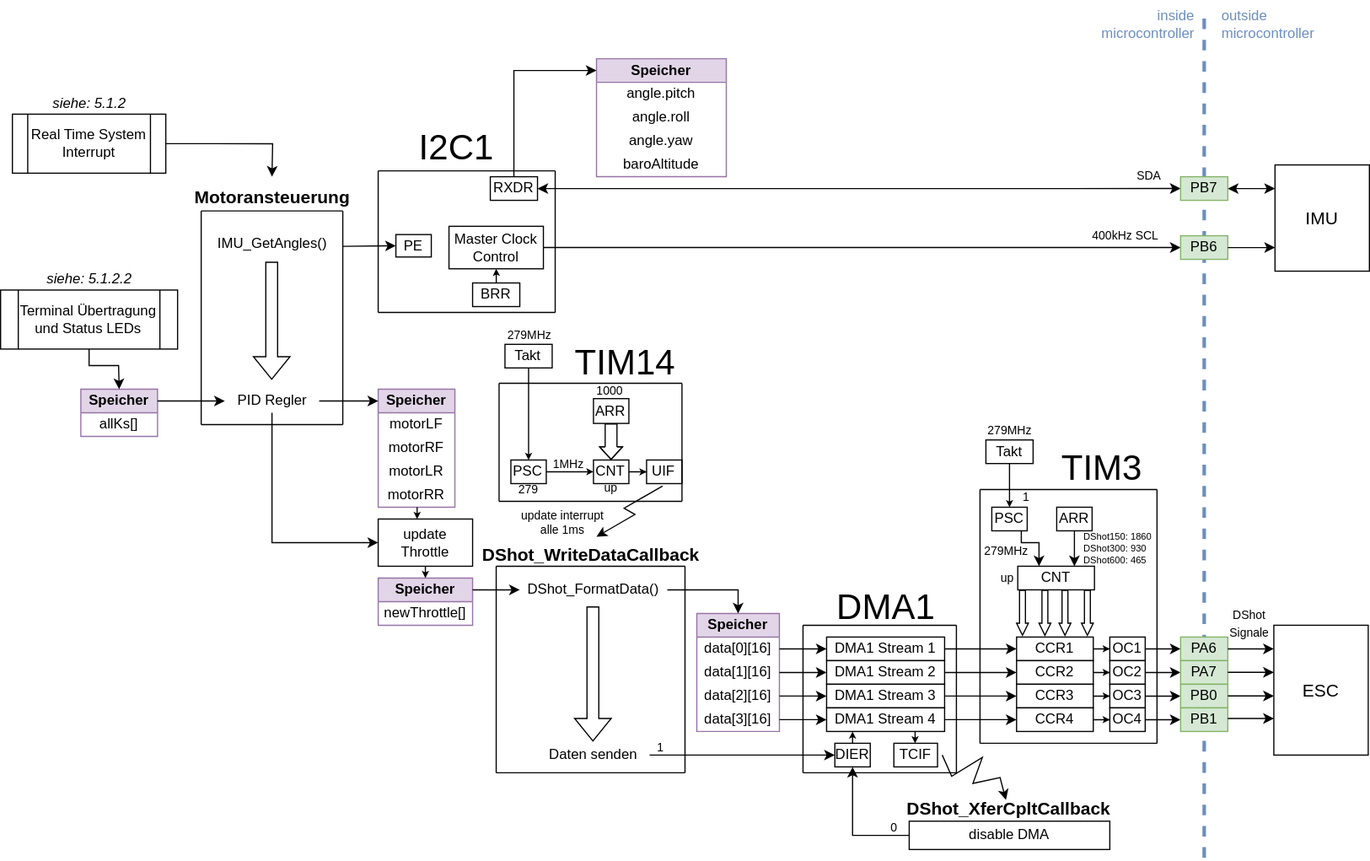
This is Dokumentation/Bilder/Softwarearchitektur/Softwarearchitektur-Motoransteuerung.drawio.svg from FrogMoment/FPV_Drohne_202324, a draw.io export, as it was before one commit. Source tidied: cells renumbered, new cells last; positions are measured from the earlier drawing's top-left corner, leaving out a move shared by most shapes.
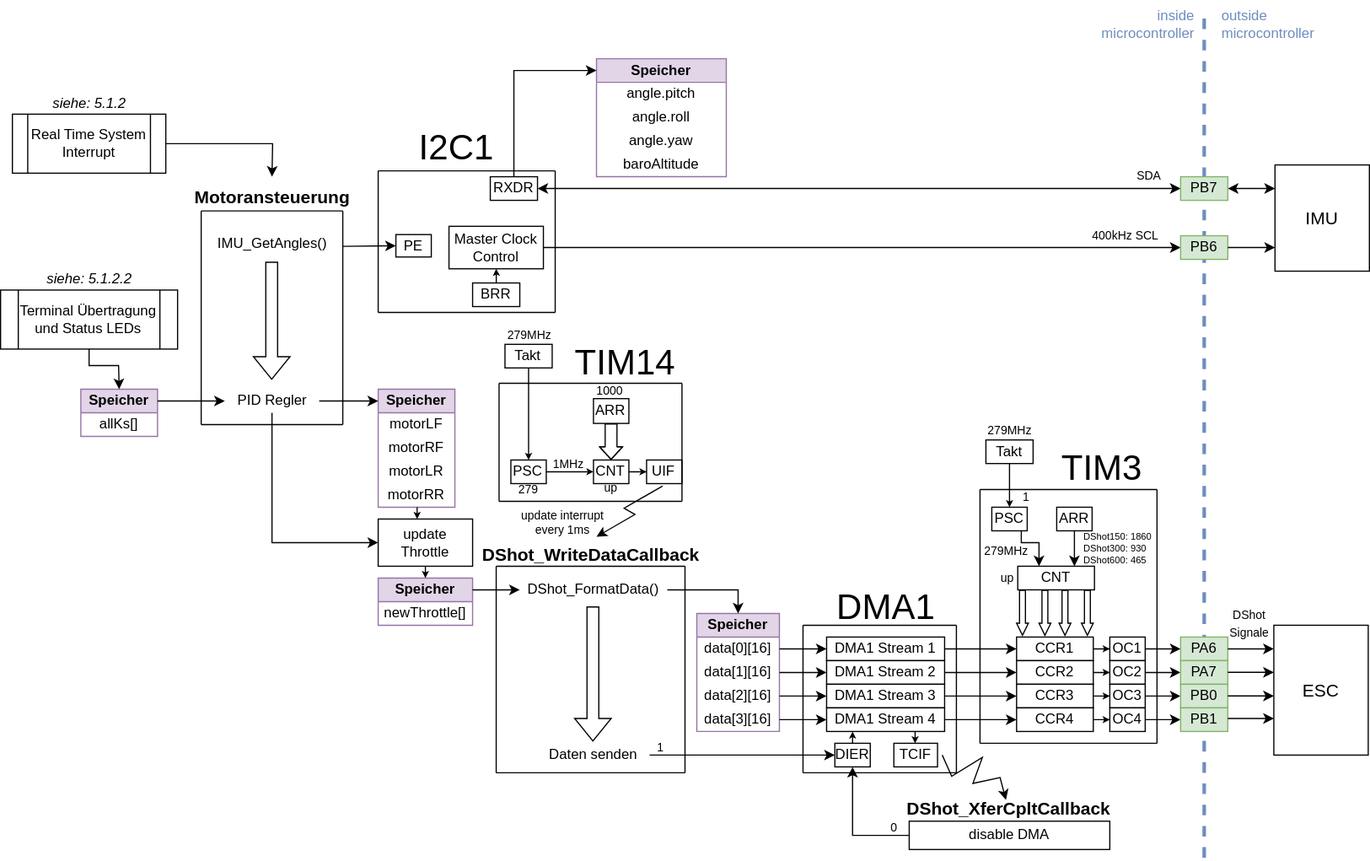
After the commit.

What changed in the source:
```diff
@@ -300,7 +300,7 @@
         <mxPoint x="505" y="454" as="targetPoint" />
       </mxGeometry>
     </mxCell>
-    <mxCell id="76" value="&lt;p style=&quot;line-height: 90%;&quot;&gt;&lt;font style=&quot;font-size: 10px;&quot;&gt;update interrupt&lt;br&gt;alle 1ms&lt;br&gt;&lt;/font&gt;&lt;/p&gt;" style="text;html=1;align=center;verticalAlign=middle;strokeColor=none;fillColor=none;" parent="1" vertex="1">
+    <mxCell id="76" value="&lt;p style=&quot;line-height: 90%;&quot;&gt;&lt;font style=&quot;font-size: 10px;&quot;&gt;update interrupt&lt;br&gt;every 1ms&lt;br&gt;&lt;/font&gt;&lt;/p&gt;" style="text;html=1;align=center;verticalAlign=middle;strokeColor=none;fillColor=none;" parent="1" vertex="1">
       <mxGeometry x="431" y="412" width="90" height="60" as="geometry" />
     </mxCell>
     <mxCell id="77" style="endArrow=classic;html=1;rounded=0;exitX=1;exitY=0.25;exitDx=0;exitDy=0;" parent="1" edge="1" source="52">
```
